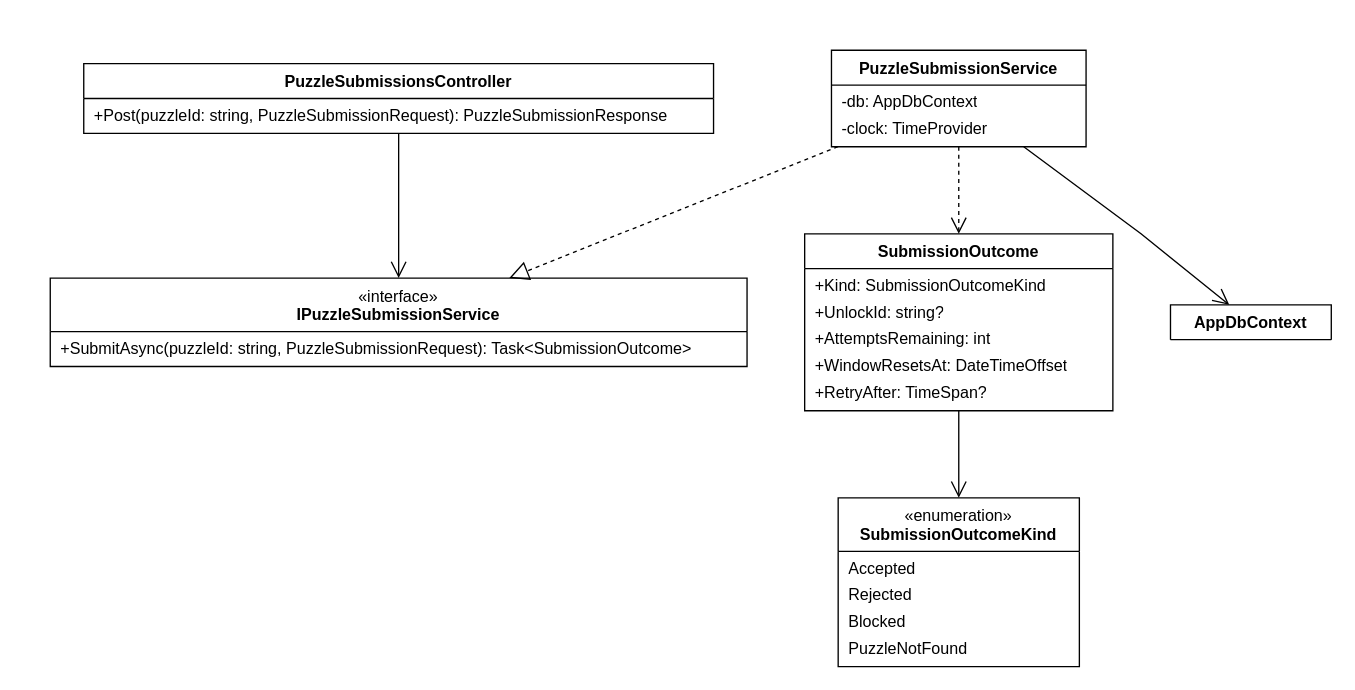
Before: page "Gửi bằng chứng câu đố" (4 of 8) of docs/thiet-ke/lop-may-chu/luoc-do-lop-may-chu.drawio in qivarnq3g/3-gio-12, a draw.io diagram. Source tidied: cells renumbered, new cells numbered last; positions are measured from the earlier drawing's top-left corner, leaving out a move shared by most shapes. Both pictures are drawn from the tidied source at 134%, with x=0, y=0 at pixel (50, 50).
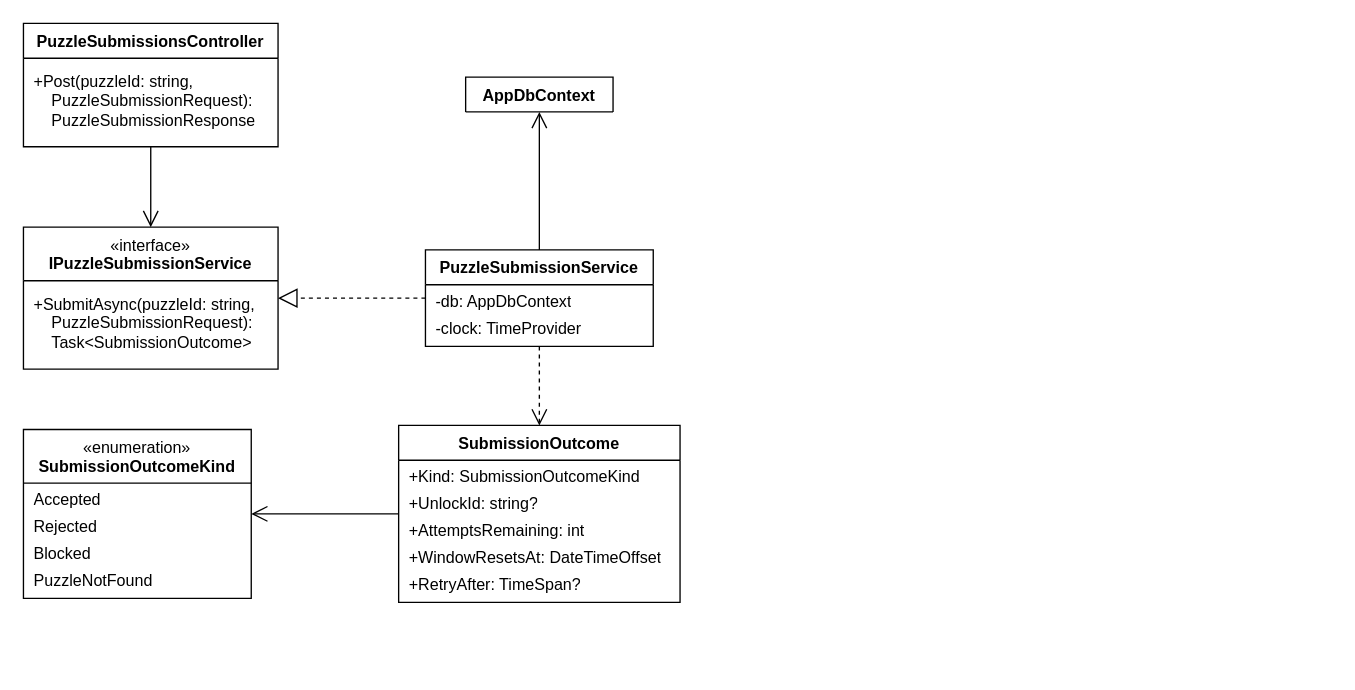
After the change.

Diff of the diagram source:
```diff
@@
     <mxCell id="2" value="&lt;b&gt;PuzzleSubmissionsController&lt;/b&gt;" style="swimlane;fontStyle=0;html=1;align=center;verticalAlign=top;horizontal=1;startSize=26;whiteSpace=wrap;fontFamily=Arial;fontSize=12;fillColor=#ffffff;swimlaneFillColor=#ffffff;" parent="1" vertex="1">
-      <mxGeometry x="25" y="10" width="470" height="52" as="geometry" />
+      <mxGeometry x="-20" y="-20" width="190" height="92" as="geometry" />
     </mxCell>
-    <mxCell id="3" value="+Post(puzzleId: string, PuzzleSubmissionRequest): PuzzleSubmissionResponse" style="text;strokeColor=none;fillColor=none;align=left;verticalAlign=middle;spacingLeft=6;spacingRight=4;overflow=hidden;html=1;fontFamily=Arial;fontSize=12;" parent="2" vertex="1">
-      <mxGeometry y="29" width="470" height="20" as="geometry" />
+    <mxCell id="3" value="+Post(puzzleId: string, &lt;br&gt;&amp;nbsp;&amp;nbsp;&amp;nbsp;&amp;nbsp;PuzzleSubmissionRequest): &lt;br&gt;&amp;nbsp;&amp;nbsp;&amp;nbsp;&amp;nbsp;PuzzleSubmissionResponse" style="text;strokeColor=none;fillColor=none;align=left;spacingLeft=6;spacingRight=4;overflow=hidden;html=1;fontFamily=Arial;verticalAlign=top;spacingTop=1;" parent="2" vertex="1">
+      <mxGeometry y="29" width="190" height="60" as="geometry" />
     </mxCell>
     <mxCell id="4" value="«interface»&lt;br&gt;&lt;b&gt;IPuzzleSubmissionService&lt;/b&gt;" style="swimlane;fontStyle=0;html=1;align=center;verticalAlign=top;horizontal=1;startSize=40;whiteSpace=wrap;fontFamily=Arial;fontSize=12;fillColor=#ffffff;swimlaneFillColor=#ffffff;" parent="1" vertex="1">
-      <mxGeometry y="170" width="520" height="66" as="geometry" />
+      <mxGeometry x="-20" y="132" width="190" height="106" as="geometry" />
     </mxCell>
-    <mxCell id="5" value="+SubmitAsync(puzzleId: string, PuzzleSubmissionRequest): Task&amp;lt;SubmissionOutcome&amp;gt;" style="text;strokeColor=none;fillColor=none;align=left;verticalAlign=middle;spacingLeft=6;spacingRight=4;overflow=hidden;html=1;fontFamily=Arial;fontSize=12;" parent="4" vertex="1">
-      <mxGeometry y="43" width="520" height="20" as="geometry" />
+    <mxCell id="5" value="+SubmitAsync(puzzleId: string, &lt;br&gt;&amp;nbsp;&amp;nbsp;&amp;nbsp;&amp;nbsp;PuzzleSubmissionRequest): &lt;br&gt;&amp;nbsp;&amp;nbsp;&amp;nbsp;&amp;nbsp;Task&amp;lt;SubmissionOutcome&amp;gt;" style="text;strokeColor=none;fillColor=none;align=left;spacingLeft=6;spacingRight=4;overflow=hidden;html=1;fontFamily=Arial;verticalAlign=top;spacingTop=1;" parent="4" vertex="1">
+      <mxGeometry y="43" width="190" height="60" as="geometry" />
     </mxCell>
     <mxCell id="6" value="&lt;b&gt;PuzzleSubmissionService&lt;/b&gt;" style="swimlane;fontStyle=0;html=1;align=center;verticalAlign=top;horizontal=1;startSize=26;whiteSpace=wrap;fontFamily=Arial;fontSize=12;fillColor=#ffffff;swimlaneFillColor=#ffffff;" parent="1" vertex="1">
-      <mxGeometry x="583" width="190" height="72" as="geometry" />
+      <mxGeometry x="280" y="149" width="170" height="72" as="geometry" />
     </mxCell>
     <mxCell id="7" value="-db: AppDbContext" style="text;strokeColor=none;fillColor=none;align=left;verticalAlign=middle;spacingLeft=6;spacingRight=4;overflow=hidden;html=1;fontFamily=Arial;fontSize=12;" parent="6" vertex="1">
-      <mxGeometry y="29" width="190" height="20" as="geometry" />
+      <mxGeometry y="29" width="170" height="20" as="geometry" />
     </mxCell>
     <mxCell id="8" value="-clock: TimeProvider" style="text;strokeColor=none;fillColor=none;align=left;verticalAlign=middle;spacingLeft=6;spacingRight=4;overflow=hidden;html=1;fontFamily=Arial;fontSize=12;" parent="6" vertex="1">
-      <mxGeometry y="49" width="190" height="20" as="geometry" />
+      <mxGeometry y="49" width="170" height="20" as="geometry" />
     </mxCell>
+    <mxCell id="20" value="&lt;b&gt;AppDbContext&lt;/b&gt;" style="swimlane;fontStyle=0;html=1;align=center;verticalAlign=top;horizontal=1;startSize=26;whiteSpace=wrap;fontFamily=Arial;fontSize=12;fillColor=#ffffff;swimlaneFillColor=#ffffff;" parent="1" vertex="1">
+      <mxGeometry x="310" y="20" width="110" height="26" as="geometry" />
+    </mxCell>
     <mxCell id="9" value="&lt;b&gt;SubmissionOutcome&lt;/b&gt;" style="swimlane;fontStyle=0;html=1;align=center;verticalAlign=top;horizontal=1;startSize=26;whiteSpace=wrap;fontFamily=Arial;fontSize=12;fillColor=#ffffff;swimlaneFillColor=#ffffff;" parent="1" vertex="1">
-      <mxGeometry x="563" y="137" width="230" height="132" as="geometry" />
+      <mxGeometry x="260" y="280" width="210" height="132" as="geometry" />
     </mxCell>
     <mxCell id="10" value="+Kind: SubmissionOutcomeKind" style="text;strokeColor=none;fillColor=none;align=left;verticalAlign=middle;spacingLeft=6;spacingRight=4;overflow=hidden;html=1;fontFamily=Arial;fontSize=12;" parent="9" vertex="1">
-      <mxGeometry y="29" width="230" height="20" as="geometry" />
+      <mxGeometry y="29" width="210" height="20" as="geometry" />
     </mxCell>
     <mxCell id="11" value="+UnlockId: string?" style="text;strokeColor=none;fillColor=none;align=left;verticalAlign=middle;spacingLeft=6;spacingRight=4;overflow=hidden;html=1;fontFamily=Arial;fontSize=12;" parent="9" vertex="1">
-      <mxGeometry y="49" width="230" height="20" as="geometry" />
+      <mxGeometry y="49" width="210" height="20" as="geometry" />
     </mxCell>
     <mxCell id="12" value="+AttemptsRemaining: int" style="text;strokeColor=none;fillColor=none;align=left;verticalAlign=middle;spacingLeft=6;spacingRight=4;overflow=hidden;html=1;fontFamily=Arial;fontSize=12;" parent="9" vertex="1">
-      <mxGeometry y="69" width="230" height="20" as="geometry" />
+      <mxGeometry y="69" width="210" height="20" as="geometry" />
     </mxCell>
     <mxCell id="13" value="+WindowResetsAt: DateTimeOffset" style="text;strokeColor=none;fillColor=none;align=left;verticalAlign=middle;spacingLeft=6;spacingRight=4;overflow=hidden;html=1;fontFamily=Arial;fontSize=12;" parent="9" vertex="1">
-      <mxGeometry y="89" width="230" height="20" as="geometry" />
+      <mxGeometry y="89" width="210" height="20" as="geometry" />
     </mxCell>
     <mxCell id="14" value="+RetryAfter: TimeSpan?" style="text;strokeColor=none;fillColor=none;align=left;verticalAlign=middle;spacingLeft=6;spacingRight=4;overflow=hidden;html=1;fontFamily=Arial;fontSize=12;" parent="9" vertex="1">
-      <mxGeometry y="109" width="230" height="20" as="geometry" />
+      <mxGeometry y="109" width="210" height="20" as="geometry" />
     </mxCell>
     <mxCell id="15" value="«enumeration»&lt;br&gt;&lt;b&gt;SubmissionOutcomeKind&lt;/b&gt;" style="swimlane;fontStyle=0;html=1;align=center;verticalAlign=top;horizontal=1;startSize=40;whiteSpace=wrap;fontFamily=Arial;fontSize=12;fillColor=#ffffff;swimlaneFillColor=#ffffff;" parent="1" vertex="1">
-      <mxGeometry x="588" y="334" width="180" height="126" as="geometry" />
+      <mxGeometry x="-20" y="283" width="170" height="126" as="geometry" />
     </mxCell>
     <mxCell id="16" value="Accepted" style="text;strokeColor=none;fillColor=none;align=left;verticalAlign=middle;spacingLeft=6;spacingRight=4;overflow=hidden;html=1;fontFamily=Arial;fontSize=12;" parent="15" vertex="1">
-      <mxGeometry y="43" width="180" height="20" as="geometry" />
+      <mxGeometry y="43" width="170" height="20" as="geometry" />
     </mxCell>
     <mxCell id="17" value="Rejected" style="text;strokeColor=none;fillColor=none;align=left;verticalAlign=middle;spacingLeft=6;spacingRight=4;overflow=hidden;html=1;fontFamily=Arial;fontSize=12;" parent="15" vertex="1">
-      <mxGeometry y="63" width="180" height="20" as="geometry" />
+      <mxGeometry y="63" width="170" height="20" as="geometry" />
     </mxCell>
     <mxCell id="18" value="Blocked" style="text;strokeColor=none;fillColor=none;align=left;verticalAlign=middle;spacingLeft=6;spacingRight=4;overflow=hidden;html=1;fontFamily=Arial;fontSize=12;" parent="15" vertex="1">
-      <mxGeometry y="83" width="180" height="20" as="geometry" />
+      <mxGeometry y="83" width="170" height="20" as="geometry" />
     </mxCell>
     <mxCell id="19" value="PuzzleNotFound" style="text;strokeColor=none;fillColor=none;align=left;verticalAlign=middle;spacingLeft=6;spacingRight=4;overflow=hidden;html=1;fontFamily=Arial;fontSize=12;" parent="15" vertex="1">
-      <mxGeometry y="103" width="180" height="20" as="geometry" />
+      <mxGeometry y="103" width="170" height="20" as="geometry" />
     </mxCell>
-    <mxCell id="20" value="&lt;b&gt;AppDbContext&lt;/b&gt;" style="swimlane;fontStyle=0;html=1;align=center;verticalAlign=top;horizontal=1;startSize=26;whiteSpace=wrap;fontFamily=Arial;fontSize=12;fillColor=#ffffff;swimlaneFillColor=#ffffff;" parent="1" vertex="1">
-      <mxGeometry x="836" y="190" width="120" height="26" as="geometry" />
-    </mxCell>
-    <mxCell id="21" style="html=1;rounded=0;fontFamily=Arial;fontSize=11;labelBackgroundColor=#ffffff;endArrow=open;endFill=0;endSize=10;" parent="1" edge="1" source="2" target="4">
+    <mxCell id="21" style="html=1;fontFamily=Arial;endArrow=open;endFill=0;endSize=10;edgeStyle=orthogonalEdgeStyle;rounded=0;fontSize=12;labelBackgroundColor=#ffffff;exitY=1;exitX=0.5;entryY=0;entryX=0.5;exitPerimeter=0;entryPerimeter=0;" parent="1" edge="1" source="2" target="4">
       <mxGeometry relative="1" as="geometry" />
     </mxCell>
-    <mxCell id="22" style="html=1;rounded=0;fontFamily=Arial;fontSize=11;labelBackgroundColor=#ffffff;endArrow=block;endFill=0;endSize=12;dashed=1;" parent="1" edge="1" source="6" target="4">
+    <mxCell id="22" style="html=1;fontFamily=Arial;endArrow=block;endFill=0;endSize=12;dashed=1;edgeStyle=orthogonalEdgeStyle;rounded=0;fontSize=12;labelBackgroundColor=#ffffff;exitX=0;exitY=0.5;entryX=1;entryY=0.5;exitPerimeter=0;entryPerimeter=0;" parent="1" edge="1" source="6" target="4">
       <mxGeometry relative="1" as="geometry" />
     </mxCell>
-    <mxCell id="23" style="html=1;rounded=0;fontFamily=Arial;fontSize=11;labelBackgroundColor=#ffffff;endArrow=open;endFill=0;endSize=10;" parent="1" edge="1" source="6" target="20">
-      <mxGeometry relative="1" as="geometry">
-        <Array as="points">
-          <mxPoint x="814" y="137" />
-        </Array>
-      </mxGeometry>
+    <mxCell id="23" style="html=1;fontFamily=Arial;endArrow=open;endFill=0;endSize=10;edgeStyle=orthogonalEdgeStyle;rounded=0;fontSize=12;labelBackgroundColor=#ffffff;exitY=0;exitX=0.5;entryY=1;entryX=0.5;exitPerimeter=0;entryPerimeter=0;" parent="1" edge="1" source="6" target="20">
+      <mxGeometry relative="1" as="geometry" />
     </mxCell>
-    <mxCell id="24" style="html=1;rounded=0;fontFamily=Arial;fontSize=11;labelBackgroundColor=#ffffff;endArrow=open;endFill=0;endSize=10;dashed=1;" parent="1" edge="1" source="6" target="9">
+    <mxCell id="24" style="html=1;fontFamily=Arial;endArrow=open;endFill=0;endSize=10;dashed=1;edgeStyle=orthogonalEdgeStyle;rounded=0;fontSize=12;labelBackgroundColor=#ffffff;exitY=1;exitX=0.5;entryY=0;entryX=0.5;exitPerimeter=0;entryPerimeter=0;" parent="1" edge="1" source="6" target="9">
       <mxGeometry relative="1" as="geometry" />
     </mxCell>
-    <mxCell id="25" style="html=1;rounded=0;fontFamily=Arial;fontSize=11;labelBackgroundColor=#ffffff;endArrow=open;endFill=0;endSize=10;" parent="1" edge="1" source="9" target="15">
+    <mxCell id="25" style="html=1;fontFamily=Arial;endArrow=open;endFill=0;endSize=10;edgeStyle=orthogonalEdgeStyle;rounded=0;fontSize=12;labelBackgroundColor=#ffffff;exitX=0;exitY=0.5;entryX=1;entryY=0.5;exitPerimeter=0;entryPerimeter=0;" parent="1" edge="1" source="9" target="15">
       <mxGeometry relative="1" as="geometry" />
     </mxCell>
```
